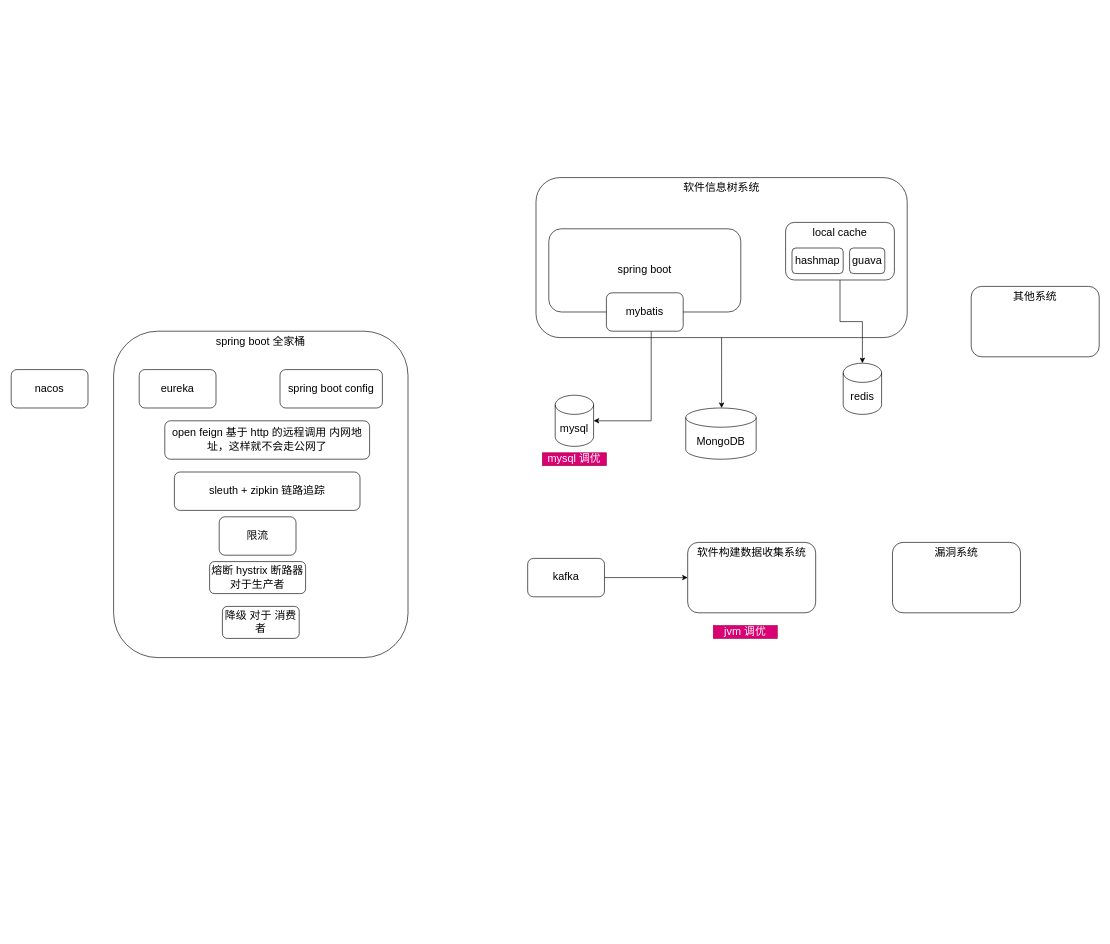
Above: draw notes/projects.drawio in TrumanXia/learn (draw.io), before the change. Source tidied: cells renumbered, new cells numbered last; positions are measured from the earlier drawing's top-left corner, leaving out a move shared by most shapes. Both pictures are drawn from the tidied source at 64%, with x=0, y=0 at pixel (11, 177).
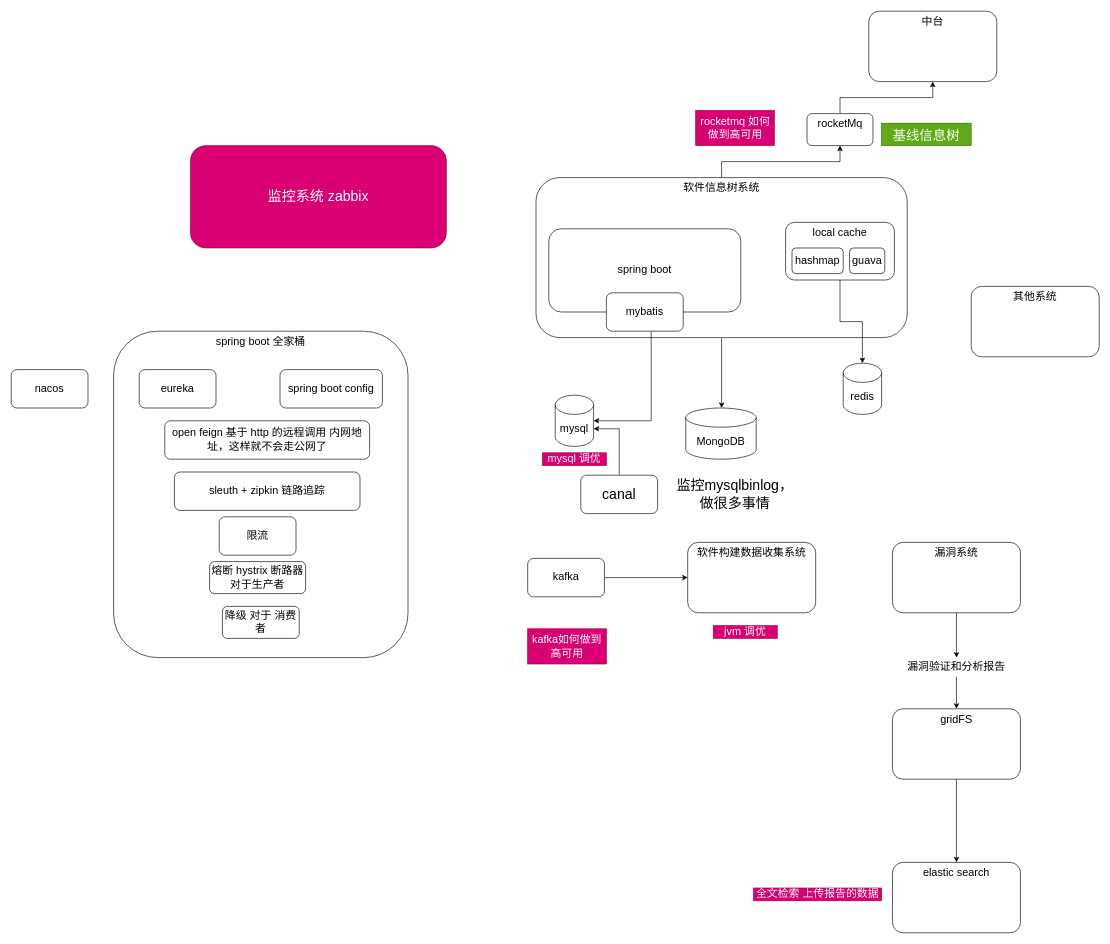
The same diagram, later.

The change refers to these unchanged cells:
```xml
<mxCell id="3" value="软件信息树系统" style="rounded=1;whiteSpace=wrap;html=1;verticalAlign=top;fontSize=17;" parent="1" vertex="1">
  <mxGeometry x="820" width="580" height="250" as="geometry" />
</mxCell>
<mxCell id="11" value="mysql" style="shape=cylinder3;whiteSpace=wrap;html=1;boundedLbl=1;backgroundOutline=1;size=15;rounded=1;fontSize=17;" parent="1" vertex="1">
  <mxGeometry x="850" y="340" width="60" height="80" as="geometry" />
</mxCell>
<mxCell id="17" value="漏洞系统" style="rounded=1;whiteSpace=wrap;html=1;verticalAlign=top;fontSize=17;" parent="1" vertex="1">
  <mxGeometry x="1377" y="570" width="200" height="110" as="geometry" />
</mxCell>
```

Change to the diagram source:
```diff
@@
+    <mxCell id="30" style="edgeStyle=orthogonalEdgeStyle;rounded=0;jettySize=auto;html=1;" parent="1" edge="1" source="37" target="36">
+      <mxGeometry relative="1" as="geometry" />
+    </mxCell>
@@
+    <mxCell id="31" style="edgeStyle=orthogonalEdgeStyle;rounded=0;jettySize=auto;html=1;" parent="1" edge="1" source="42" target="41">
+      <mxGeometry relative="1" as="geometry" />
+    </mxCell>
@@
+    <mxCell id="32" value="监控系统 zabbix" style="rounded=1;whiteSpace=wrap;html=1;fillColor=#d80073;strokeColor=#A50040;fontColor=#ffffff;fontSize=22;" parent="1" vertex="1">
+      <mxGeometry x="280" y="-50" width="400" height="160" as="geometry" />
+    </mxCell>
+    <mxCell id="33" style="edgeStyle=orthogonalEdgeStyle;rounded=0;jettySize=auto;html=1;entryX=1;entryY=0;entryDx=0;entryDy=52.5;entryPerimeter=0;fontSize=22;" parent="1" edge="1" source="34" target="11">
+      <mxGeometry relative="1" as="geometry" />
+    </mxCell>
+    <mxCell id="34" value="canal" style="rounded=1;whiteSpace=wrap;html=1;fontSize=22;" parent="1" vertex="1">
+      <mxGeometry x="890" y="465" width="120" height="60" as="geometry" />
+    </mxCell>
+    <mxCell id="35" value="监控mysqlbinlog，做很多事情" style="text;html=1;strokeColor=none;fillColor=none;align=center;verticalAlign=middle;whiteSpace=wrap;rounded=0;fontSize=22;" parent="1" vertex="1">
+      <mxGeometry x="1031" y="485" width="200" height="20" as="geometry" />
+    </mxCell>
+    <mxCell id="36" value="中台" style="rounded=1;whiteSpace=wrap;html=1;verticalAlign=top;fontSize=17;" parent="1" vertex="1">
+      <mxGeometry x="1340" y="-260" width="200" height="110" as="geometry" />
+    </mxCell>
+    <mxCell id="37" value="rocketMq" style="rounded=1;whiteSpace=wrap;html=1;verticalAlign=top;fontSize=17;" parent="1" vertex="1">
+      <mxGeometry x="1243.5" y="-100" width="103" height="50" as="geometry" />
+    </mxCell>
+    <mxCell id="38" style="edgeStyle=orthogonalEdgeStyle;rounded=0;jettySize=auto;html=1;" parent="1" edge="1" source="3" target="37">
+      <mxGeometry relative="1" as="geometry" />
+    </mxCell>
+    <mxCell id="39" value="基线信息树" style="text;html=1;strokeColor=#2D7600;fillColor=#60a917;align=center;verticalAlign=middle;whiteSpace=wrap;rounded=0;fontColor=#ffffff;fontSize=21;" parent="1" vertex="1">
+      <mxGeometry x="1360" y="-85" width="140" height="35" as="geometry" />
+    </mxCell>
+    <mxCell id="40" style="edgeStyle=orthogonalEdgeStyle;rounded=0;jettySize=auto;html=1;entryX=0.5;entryY=0;entryDx=0;entryDy=0;fontSize=17;" parent="1" edge="1" source="41" target="46">
+      <mxGeometry relative="1" as="geometry" />
+    </mxCell>
+    <mxCell id="41" value="gridFS" style="rounded=1;whiteSpace=wrap;html=1;verticalAlign=top;fontSize=17;" parent="1" vertex="1">
+      <mxGeometry x="1377" y="830" width="200" height="110" as="geometry" />
+    </mxCell>
+    <mxCell id="42" value="漏洞验证和分析报告&lt;br style=&quot;font-size: 17px;&quot;&gt;" style="text;html=1;strokeColor=none;fillColor=none;align=center;verticalAlign=middle;whiteSpace=wrap;rounded=0;fontSize=17;" parent="1" vertex="1">
+      <mxGeometry x="1397" y="750" width="160" height="30" as="geometry" />
+    </mxCell>
+    <mxCell id="43" style="edgeStyle=orthogonalEdgeStyle;rounded=0;jettySize=auto;html=1;" parent="1" edge="1" source="17" target="42">
+      <mxGeometry relative="1" as="geometry" />
+    </mxCell>
+    <mxCell id="44" value="kafka如何做到高可用" style="text;html=1;strokeColor=#A50040;fillColor=#d80073;align=center;verticalAlign=middle;whiteSpace=wrap;rounded=0;fontSize=17;fontColor=#ffffff;" parent="1" vertex="1">
+      <mxGeometry x="807" y="705" width="123" height="55" as="geometry" />
+    </mxCell>
+    <mxCell id="45" value="rocketmq 如何做到高可用" style="text;html=1;strokeColor=#A50040;fillColor=#d80073;align=center;verticalAlign=middle;whiteSpace=wrap;rounded=0;fontSize=17;fontColor=#ffffff;" parent="1" vertex="1">
+      <mxGeometry x="1069.5" y="-105" width="123" height="55" as="geometry" />
+    </mxCell>
+    <mxCell id="46" value="elastic search" style="rounded=1;whiteSpace=wrap;html=1;verticalAlign=top;fontSize=17;" parent="1" vertex="1">
+      <mxGeometry x="1377" y="1070" width="200" height="110" as="geometry" />
+    </mxCell>
+    <mxCell id="47" value="全文检索 上传报告的数据" style="text;html=1;strokeColor=#A50040;fillColor=#d80073;align=center;verticalAlign=middle;whiteSpace=wrap;rounded=0;fontSize=17;fontColor=#ffffff;" parent="1" vertex="1">
+      <mxGeometry x="1160" y="1110" width="200" height="20" as="geometry" />
+    </mxCell>
```
